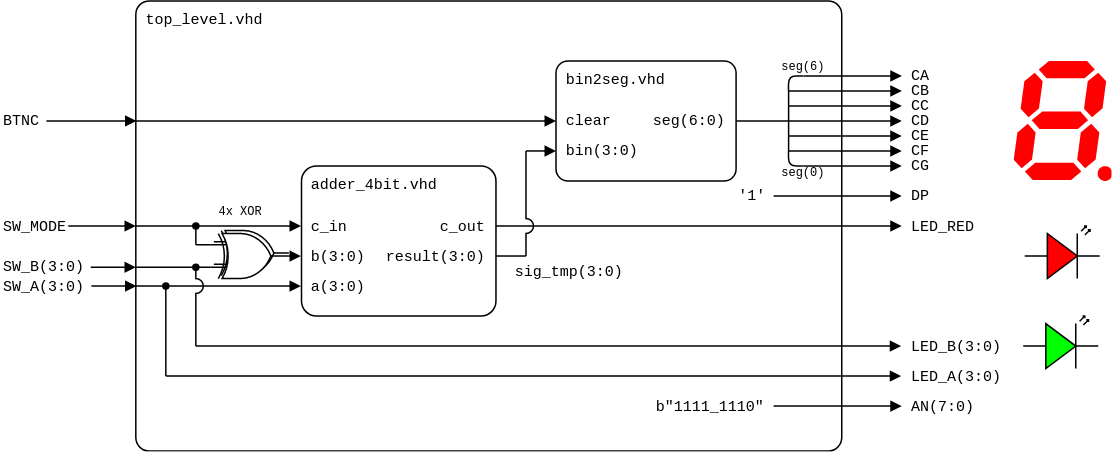
This is lab4-adder/images/top-level_add-sub_structure.png from tomas-fryza/vhdl-course, a draw.io export, as it was before one commit. Source tidied: cells renumbered, new cells last; positions are measured from the earlier drawing's top-left corner, leaving out a move shared by most shapes.
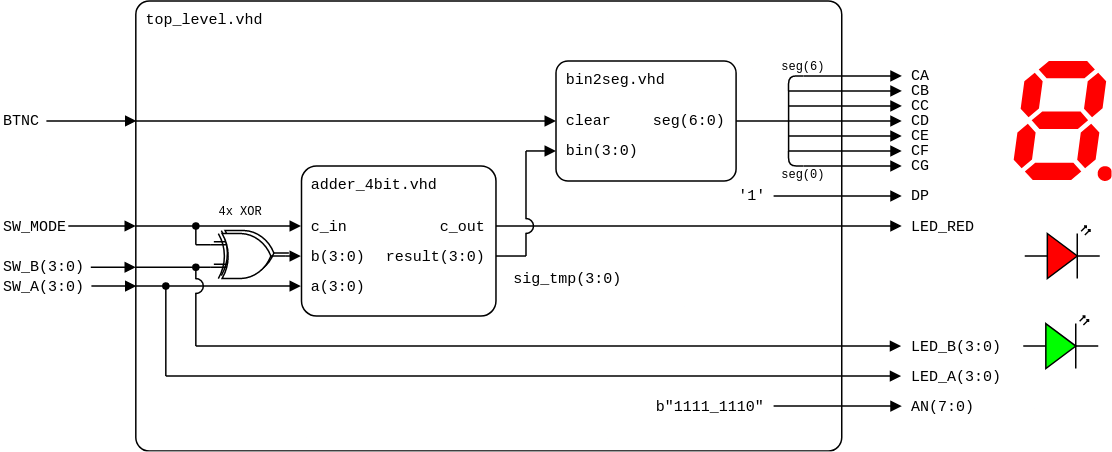
After the commit.

The edit, as a diff of the source:
```diff
@@ -128,8 +128,8 @@
     <mxCell id="28" value="CG" style="text;html=1;align=left;verticalAlign=middle;whiteSpace=wrap;rounded=0;fontFamily=Courier New;fontSize=10;fillOpacity=100;spacing=2;spacingLeft=5;" parent="1" vertex="1">
       <mxGeometry x="600.4" y="100" width="30" height="20" as="geometry" />
     </mxCell>
-    <mxCell id="29" value="sig_tmp(3:0)" style="text;html=1;align=center;verticalAlign=middle;whiteSpace=wrap;rounded=0;fontFamily=Courier New;fontSize=10;fillOpacity=100;spacing=2;spacingLeft=0;direction=east;" parent="1" vertex="1">
-      <mxGeometry x="354.4" y="170" width="50" height="20" as="geometry" />
+    <mxCell id="29" value="sig_tmp(3:0)" style="text;html=1;align=left;verticalAlign=middle;whiteSpace=wrap;rounded=0;fontFamily=Courier New;fontSize=10;fillOpacity=100;spacing=2;spacingLeft=0;direction=east;" parent="1" vertex="1">
+      <mxGeometry x="340" y="180" width="85" height="10" as="geometry" />
     </mxCell>
     <mxCell id="30" style="endArrow=block;html=1;rounded=0;endFill=1;orthogonal=1;endSize=5;startSize=5;" parent="1" edge="1">
       <mxGeometry relative="1" as="geometry">
@@ -324,7 +324,7 @@
       <mxGeometry x="510" y="34" width="50" height="20" as="geometry" />
     </mxCell>
     <mxCell id="74" value="&lt;div style=&quot;line-height: 100%; font-size: 8px;&quot;&gt;seg(0)&lt;/div&gt;" style="text;html=1;align=center;verticalAlign=middle;whiteSpace=wrap;rounded=0;fontFamily=Courier New;fontSize=8;fillOpacity=100;spacing=2;spacingRight=0;" parent="1" vertex="1">
-      <mxGeometry x="510" y="105" width="50" height="20" as="geometry" />
+      <mxGeometry x="510" y="106" width="50" height="20" as="geometry" />
     </mxCell>
   </root>
 </mxGraphModel>
```
